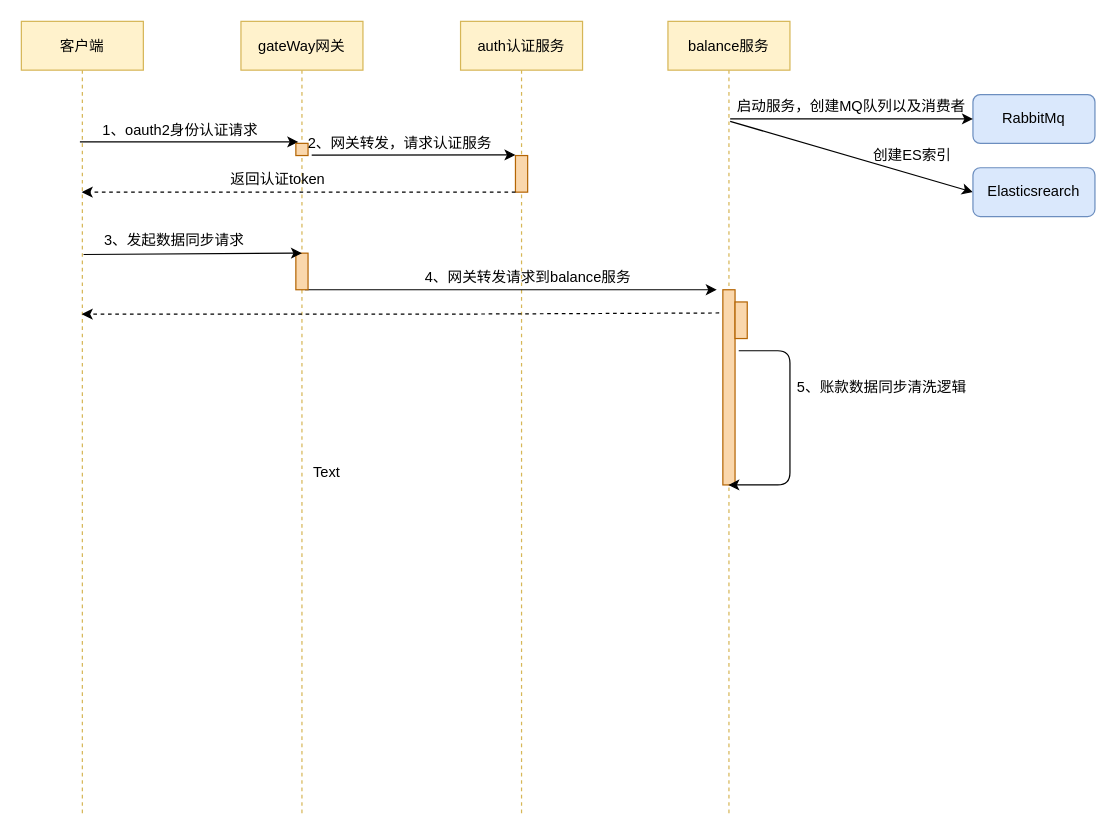
xxxxyp/zikaoziliao keeps this draw.io diagram as Untitled Diagram.drawio. Above is the earlier version. Source tidied: cells renumbered, new cells numbered last; positions are measured from the earlier drawing's top-left corner, leaving out a move shared by most shapes. Both pictures are drawn from the tidied source at 122%, with x=0, y=0 at pixel (21, 21).
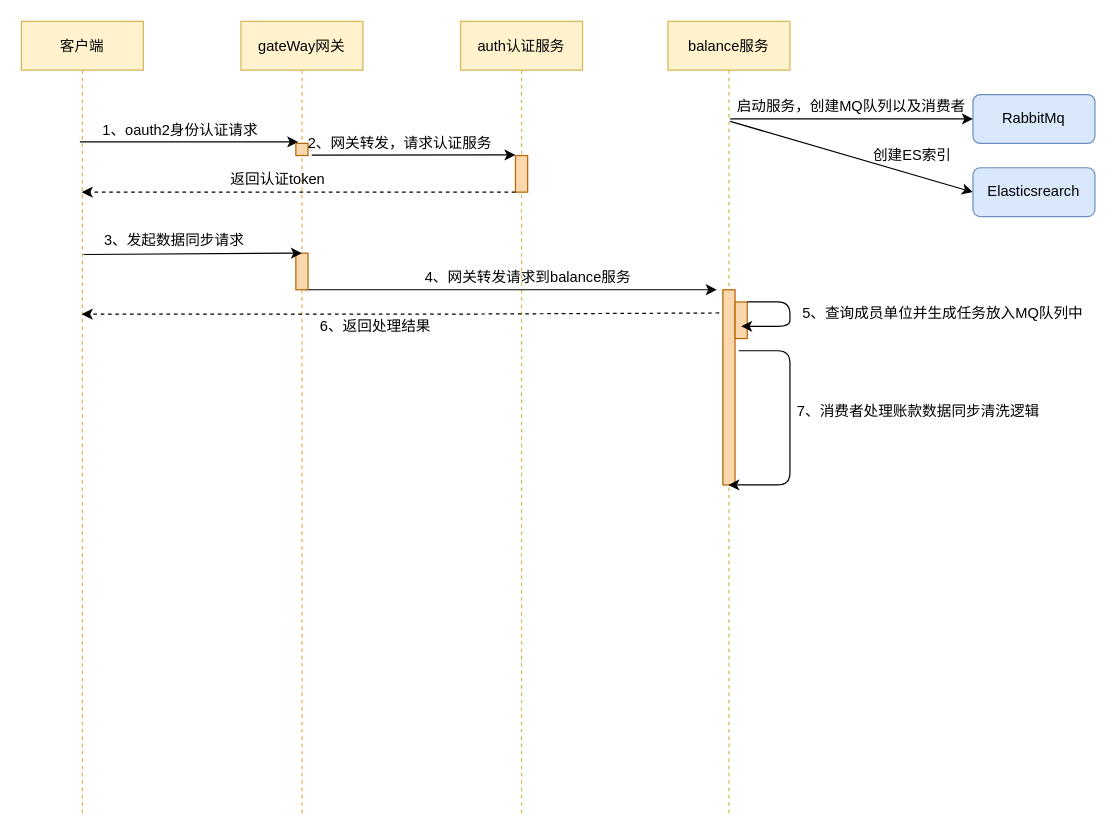
The same page after the edit.

The change refers to these unchanged cells:
```xml
<mxCell id="30" style="rounded=0;whiteSpace=wrap;html=1;fillColor=#fad7ac;strokeColor=#b46504;" parent="1" vertex="1">
  <mxGeometry x="585" y="230" width="10" height="30" as="geometry" />
</mxCell>
```

Change to the diagram source:
```diff
@@
-    <mxCell id="27" value="5、账款数据同步清洗逻辑" style="text;html=1;align=center;verticalAlign=middle;strokeColor=none;" parent="1" vertex="1">
-      <mxGeometry x="630" y="290" width="150" height="20" as="geometry" />
+    <mxCell id="27" value="7、消费者处理账款数据同步清洗逻辑" style="text;html=1;align=center;verticalAlign=middle;strokeColor=none;" parent="1" vertex="1">
+      <mxGeometry x="630" y="310" width="210" height="20" as="geometry" />
     </mxCell>
@@
-    <mxCell id="29" value="Text" style="text;html=1;align=center;verticalAlign=middle;strokeColor=none;" parent="1" vertex="1">
-      <mxGeometry x="230" y="360" width="40" height="20" as="geometry" />
+    <mxCell id="29" value="6、返回处理结果" style="text;html=1;align=center;verticalAlign=middle;strokeColor=none;" parent="1" vertex="1">
+      <mxGeometry x="235" y="240" width="110" height="20" as="geometry" />
     </mxCell>
@@
+    <mxCell id="31" style="endArrow=classic;html=1;exitX=1;exitY=0;exitDx=0;exitDy=0;" parent="1" edge="1" source="30">
+      <mxGeometry relative="1" as="geometry">
+        <mxPoint x="590" y="250" as="targetPoint" />
+        <Array as="points">
+          <mxPoint x="630" y="230" />
+          <mxPoint x="630" y="250" />
+        </Array>
+      </mxGeometry>
+    </mxCell>
+    <mxCell id="32" value="5、查询成员单位并生成任务放入MQ队列中" style="text;html=1;align=center;verticalAlign=middle;strokeColor=none;" parent="1" vertex="1">
+      <mxGeometry x="630" y="230" width="250" height="20" as="geometry" />
+    </mxCell>
```
